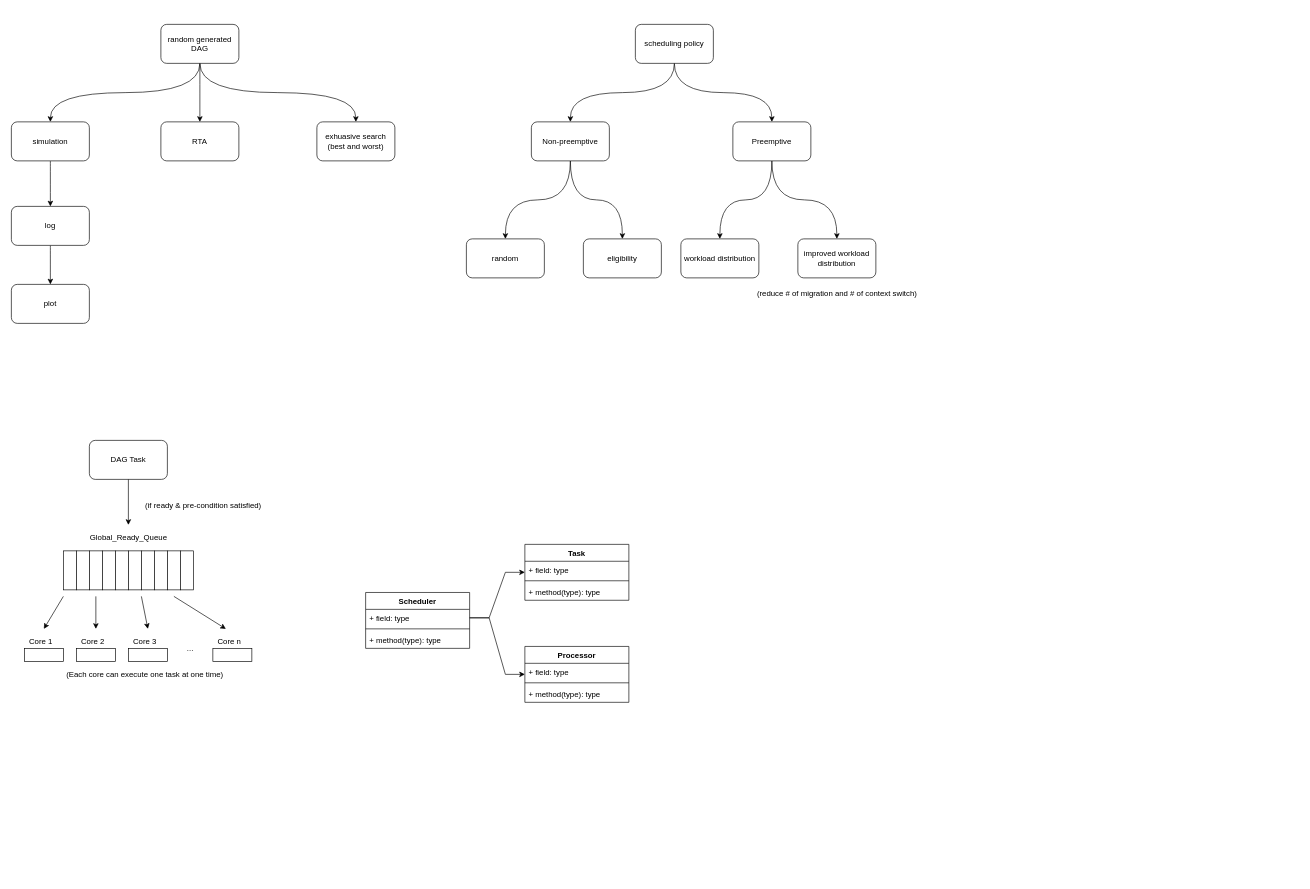
This is doc/flowchart.drawio from automaticdai/research-dag-scheduling-analysis, a draw.io file, before an edit. Source tidied: cells renumbered, new cells numbered last; positions are measured from the earlier drawing's top-left corner, leaving out a move shared by most shapes. Both pictures are drawn from the tidied source at 65%, with x=0, y=0 at pixel (11, 24).
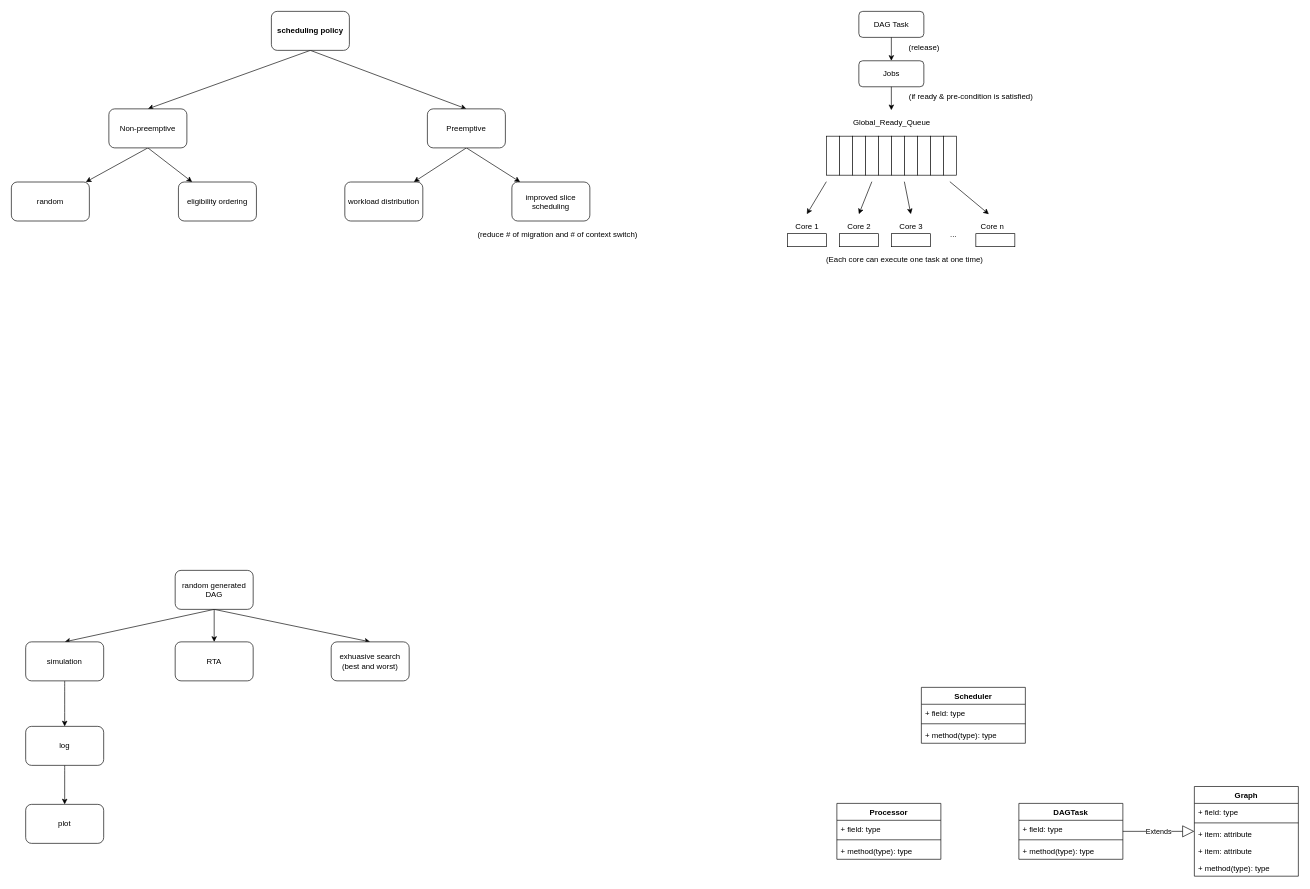
The same page after the edit.

Commit message (it also covers changes not shown here):
eligibility ordering

The edit, as a diff of the source:
```diff
@@
     <mxCell id="2" value="RTA" style="rounded=1;whiteSpace=wrap;html=1;" parent="1" vertex="1">
-      <mxGeometry x="230" y="150" width="120" height="60" as="geometry" />
+      <mxGeometry x="252" y="950" width="120" height="60" as="geometry" />
     </mxCell>
-    <mxCell id="3" style="edgeStyle=orthogonalEdgeStyle;rounded=0;jettySize=auto;html=1;exitX=0.5;exitY=1;exitDx=0;exitDy=0;entryX=0.5;entryY=0;entryDx=0;entryDy=0;curved=1;" parent="1" edge="1" source="6" target="8">
+    <mxCell id="3" style="rounded=0;jettySize=auto;html=1;exitX=0.5;exitY=1;exitDx=0;exitDy=0;entryX=0.5;entryY=0;entryDx=0;entryDy=0;" parent="1" edge="1" source="6" target="8">
       <mxGeometry relative="1" as="geometry" />
     </mxCell>
-    <mxCell id="4" style="edgeStyle=orthogonalEdgeStyle;rounded=0;jettySize=auto;html=1;exitX=0.5;exitY=1;exitDx=0;exitDy=0;entryX=0.5;entryY=0;entryDx=0;entryDy=0;curved=1;" parent="1" edge="1" source="6" target="2">
+    <mxCell id="4" style="rounded=0;jettySize=auto;html=1;exitX=0.5;exitY=1;exitDx=0;exitDy=0;entryX=0.5;entryY=0;entryDx=0;entryDy=0;" parent="1" edge="1" source="6" target="2">
       <mxGeometry relative="1" as="geometry" />
     </mxCell>
-    <mxCell id="5" style="edgeStyle=orthogonalEdgeStyle;rounded=0;jettySize=auto;html=1;exitX=0.5;exitY=1;exitDx=0;exitDy=0;entryX=0.5;entryY=0;entryDx=0;entryDy=0;curved=1;" parent="1" edge="1" source="6" target="9">
+    <mxCell id="5" style="rounded=0;jettySize=auto;html=1;exitX=0.5;exitY=1;exitDx=0;exitDy=0;entryX=0.5;entryY=0;entryDx=0;entryDy=0;" parent="1" edge="1" source="6" target="9">
       <mxGeometry relative="1" as="geometry" />
     </mxCell>
     <mxCell id="6" value="random generated DAG" style="rounded=1;whiteSpace=wrap;html=1;" parent="1" vertex="1">
-      <mxGeometry x="230" width="120" height="60" as="geometry" />
+      <mxGeometry x="252" y="840" width="120" height="60" as="geometry" />
     </mxCell>
@@
     <mxCell id="8" value="simulation" style="rounded=1;whiteSpace=wrap;html=1;" parent="1" vertex="1">
-      <mxGeometry y="150" width="120" height="60" as="geometry" />
+      <mxGeometry x="22" y="950" width="120" height="60" as="geometry" />
     </mxCell>
     <mxCell id="9" value="exhuasive search (best and worst)" style="rounded=1;whiteSpace=wrap;html=1;" parent="1" vertex="1">
-      <mxGeometry x="470" y="150" width="120" height="60" as="geometry" />
+      <mxGeometry x="492" y="950" width="120" height="60" as="geometry" />
     </mxCell>
@@
     <mxCell id="11" value="log" style="rounded=1;whiteSpace=wrap;html=1;" parent="1" vertex="1">
-      <mxGeometry y="280" width="120" height="60" as="geometry" />
+      <mxGeometry x="22" y="1080" width="120" height="60" as="geometry" />
     </mxCell>
     <mxCell id="12" value="plot" style="rounded=1;whiteSpace=wrap;html=1;" parent="1" vertex="1">
-      <mxGeometry y="400" width="120" height="60" as="geometry" />
+      <mxGeometry x="22" y="1200" width="120" height="60" as="geometry" />
     </mxCell>
-    <mxCell id="13" style="edgeStyle=orthogonalEdgeStyle;rounded=0;jettySize=auto;html=1;exitX=0.5;exitY=1;exitDx=0;exitDy=0;curved=1;entryX=0.5;entryY=0;entryDx=0;entryDy=0;" parent="1" edge="1" source="15" target="23">
+    <mxCell id="13" style="rounded=0;jettySize=auto;html=1;exitX=0.5;exitY=1;exitDx=0;exitDy=0;entryX=0.5;entryY=0;entryDx=0;entryDy=0;" parent="1" edge="1" source="15" target="23">
       <mxGeometry relative="1" as="geometry" />
     </mxCell>
-    <mxCell id="14" style="edgeStyle=orthogonalEdgeStyle;rounded=0;jettySize=auto;html=1;exitX=0.5;exitY=1;exitDx=0;exitDy=0;entryX=0.5;entryY=0;entryDx=0;entryDy=0;curved=1;" parent="1" edge="1" source="15" target="18">
+    <mxCell id="14" style="rounded=0;jettySize=auto;html=1;exitX=0.5;exitY=1;exitDx=0;exitDy=0;entryX=0.5;entryY=0;entryDx=0;entryDy=0;" parent="1" edge="1" source="15" target="18">
       <mxGeometry relative="1" as="geometry" />
     </mxCell>
-    <mxCell id="15" value="scheduling policy" style="rounded=1;whiteSpace=wrap;html=1;" parent="1" vertex="1">
-      <mxGeometry x="960" width="120" height="60" as="geometry" />
+    <mxCell id="15" value="scheduling policy" style="rounded=1;whiteSpace=wrap;html=1;fontStyle=1;" parent="1" vertex="1">
+      <mxGeometry x="400" y="-20" width="120" height="60" as="geometry" />
     </mxCell>
-    <mxCell id="16" style="edgeStyle=orthogonalEdgeStyle;curved=1;rounded=0;jettySize=auto;html=1;exitX=0.5;exitY=1;exitDx=0;exitDy=0;" parent="1" edge="1" source="18" target="25">
+    <mxCell id="16" style="rounded=0;jettySize=auto;html=1;exitX=0.5;exitY=1;exitDx=0;exitDy=0;" parent="1" edge="1" source="18" target="25">
       <mxGeometry relative="1" as="geometry" />
     </mxCell>
-    <mxCell id="17" style="edgeStyle=orthogonalEdgeStyle;curved=1;rounded=0;jettySize=auto;html=1;exitX=0.5;exitY=1;exitDx=0;exitDy=0;entryX=0.5;entryY=0;entryDx=0;entryDy=0;" parent="1" edge="1" source="18" target="24">
+    <mxCell id="17" style="rounded=0;jettySize=auto;html=1;exitX=0.5;exitY=1;exitDx=0;exitDy=0;" parent="1" edge="1" source="18" target="24">
       <mxGeometry relative="1" as="geometry" />
     </mxCell>
     <mxCell id="18" value="Preemptive" style="rounded=1;whiteSpace=wrap;html=1;" parent="1" vertex="1">
-      <mxGeometry x="1110" y="150" width="120" height="60" as="geometry" />
+      <mxGeometry x="640" y="130" width="120" height="60" as="geometry" />
     </mxCell>
-    <mxCell id="19" value="eligibility" style="rounded=1;whiteSpace=wrap;html=1;" parent="1" vertex="1">
-      <mxGeometry x="880" y="330" width="120" height="60" as="geometry" />
+    <mxCell id="19" value="eligibility ordering" style="rounded=1;whiteSpace=wrap;html=1;" parent="1" vertex="1">
+      <mxGeometry x="257" y="242.5" width="120" height="60" as="geometry" />
     </mxCell>
     <mxCell id="20" value="random" style="rounded=1;whiteSpace=wrap;html=1;" parent="1" vertex="1">
-      <mxGeometry x="700" y="330" width="120" height="60" as="geometry" />
+      <mxGeometry y="242.5" width="120" height="60" as="geometry" />
     </mxCell>
-    <mxCell id="21" style="edgeStyle=orthogonalEdgeStyle;curved=1;rounded=0;jettySize=auto;html=1;exitX=0.5;exitY=1;exitDx=0;exitDy=0;" parent="1" edge="1" source="23" target="20">
+    <mxCell id="21" style="rounded=0;jettySize=auto;html=1;exitX=0.5;exitY=1;exitDx=0;exitDy=0;" parent="1" edge="1" source="23" target="20">
       <mxGeometry relative="1" as="geometry" />
     </mxCell>
-    <mxCell id="22" style="edgeStyle=orthogonalEdgeStyle;curved=1;rounded=0;jettySize=auto;html=1;exitX=0.5;exitY=1;exitDx=0;exitDy=0;" parent="1" edge="1" source="23" target="19">
+    <mxCell id="22" style="rounded=0;jettySize=auto;html=1;exitX=0.5;exitY=1;exitDx=0;exitDy=0;" parent="1" edge="1" source="23" target="19">
       <mxGeometry relative="1" as="geometry" />
     </mxCell>
     <mxCell id="23" value="Non-preemptive" style="rounded=1;whiteSpace=wrap;html=1;" parent="1" vertex="1">
-      <mxGeometry x="800" y="150" width="120" height="60" as="geometry" />
+      <mxGeometry x="150" y="130" width="120" height="60" as="geometry" />
     </mxCell>
-    <mxCell id="24" value="improved workload distribution" style="rounded=1;whiteSpace=wrap;html=1;" parent="1" vertex="1">
-      <mxGeometry x="1210" y="330" width="120" height="60" as="geometry" />
+    <mxCell id="24" value="improved slice scheduling" style="rounded=1;whiteSpace=wrap;html=1;" parent="1" vertex="1">
+      <mxGeometry x="770" y="242.5" width="120" height="60" as="geometry" />
     </mxCell>
     <mxCell id="25" value="workload distribution" style="rounded=1;whiteSpace=wrap;html=1;" parent="1" vertex="1">
-      <mxGeometry x="1030" y="330" width="120" height="60" as="geometry" />
+      <mxGeometry x="513" y="242.5" width="120" height="60" as="geometry" />
     </mxCell>
     <mxCell id="26" value="Global_Ready_Queue" style="text;html=1;align=center;verticalAlign=middle;" parent="1" vertex="1">
-      <mxGeometry x="115" y="780" width="130" height="20" as="geometry" />
+      <mxGeometry x="1288.8" y="142" width="130" height="20" as="geometry" />
     </mxCell>
     <mxCell id="27" style="group;" parent="1" vertex="1">
-      <mxGeometry x="80" y="810" width="200" height="60" as="geometry" />
+      <mxGeometry x="1253.8" y="172" width="200" height="60" as="geometry" />
     </mxCell>
@@
     <mxCell id="38" style="rounded=0;whiteSpace=wrap;html=1;rotation=-90;" parent="1" vertex="1">
-      <mxGeometry x="40" y="940" width="20" height="60" as="geometry" />
+      <mxGeometry x="1213.8" y="302" width="20" height="60" as="geometry" />
     </mxCell>
     <mxCell id="39" style="rounded=0;whiteSpace=wrap;html=1;rotation=-90;" parent="1" vertex="1">
-      <mxGeometry x="120" y="940" width="20" height="60" as="geometry" />
+      <mxGeometry x="1293.8" y="302" width="20" height="60" as="geometry" />
     </mxCell>
     <mxCell id="40" style="rounded=0;whiteSpace=wrap;html=1;rotation=-90;" parent="1" vertex="1">
-      <mxGeometry x="200" y="940" width="20" height="60" as="geometry" />
+      <mxGeometry x="1373.8" y="302" width="20" height="60" as="geometry" />
     </mxCell>
     <mxCell id="41" style="rounded=0;whiteSpace=wrap;html=1;rotation=-90;" parent="1" vertex="1">
-      <mxGeometry x="330" y="940" width="20" height="60" as="geometry" />
+      <mxGeometry x="1503.8" y="302" width="20" height="60" as="geometry" />
     </mxCell>
     <mxCell id="42" value="..." style="text;html=1;align=center;verticalAlign=middle;" parent="1" vertex="1">
-      <mxGeometry x="260" y="950" width="30" height="20" as="geometry" />
+      <mxGeometry x="1433.8" y="312.5" width="30" height="20" as="geometry" />
     </mxCell>
     <mxCell id="43" value="Core 1" style="text;html=1;align=center;verticalAlign=middle;" parent="1" vertex="1">
-      <mxGeometry x="20" y="940" width="50" height="20" as="geometry" />
+      <mxGeometry x="1198.8" y="302" width="50" height="20" as="geometry" />
     </mxCell>
     <mxCell id="44" value="Core 2" style="text;html=1;align=center;verticalAlign=middle;" parent="1" vertex="1">
-      <mxGeometry x="100" y="940" width="50" height="20" as="geometry" />
+      <mxGeometry x="1278.8" y="302" width="50" height="20" as="geometry" />
     </mxCell>
     <mxCell id="45" value="Core 3" style="text;html=1;align=center;verticalAlign=middle;" parent="1" vertex="1">
-      <mxGeometry x="180" y="940" width="50" height="20" as="geometry" />
+      <mxGeometry x="1358.8" y="302" width="50" height="20" as="geometry" />
     </mxCell>
     <mxCell id="46" value="Core n" style="text;html=1;align=center;verticalAlign=middle;" parent="1" vertex="1">
-      <mxGeometry x="310" y="940" width="50" height="20" as="geometry" />
+      <mxGeometry x="1483.8" y="302" width="50" height="20" as="geometry" />
     </mxCell>
     <mxCell id="47" style="endArrow=classic;html=1;" parent="1" edge="1">
       <mxGeometry relative="1" as="geometry">
-        <mxPoint x="250" y="880" as="sourcePoint" />
-        <mxPoint x="330" y="930" as="targetPoint" />
+        <mxPoint x="1443.8" y="242" as="sourcePoint" />
+        <mxPoint x="1503.8" y="292" as="targetPoint" />
       </mxGeometry>
     </mxCell>
     <mxCell id="48" style="endArrow=classic;html=1;" parent="1" edge="1">
       <mxGeometry relative="1" as="geometry">
-        <mxPoint x="200" y="880" as="sourcePoint" />
-        <mxPoint x="210" y="930" as="targetPoint" />
+        <mxPoint x="1373.8" y="242" as="sourcePoint" />
+        <mxPoint x="1383.8" y="292" as="targetPoint" />
       </mxGeometry>
     </mxCell>
     <mxCell id="49" style="endArrow=classic;html=1;" parent="1" edge="1">
       <mxGeometry relative="1" as="geometry">
-        <mxPoint x="130" y="880" as="sourcePoint" />
-        <mxPoint x="130" y="930" as="targetPoint" />
+        <mxPoint x="1323.8" y="242" as="sourcePoint" />
+        <mxPoint x="1303.8" y="292" as="targetPoint" />
       </mxGeometry>
     </mxCell>
     <mxCell id="50" style="endArrow=classic;html=1;" parent="1" edge="1">
       <mxGeometry relative="1" as="geometry">
-        <mxPoint x="80" y="880" as="sourcePoint" />
-        <mxPoint x="50" y="930" as="targetPoint" />
+        <mxPoint x="1253.8" y="242" as="sourcePoint" />
+        <mxPoint x="1223.8" y="292" as="targetPoint" />
       </mxGeometry>
     </mxCell>
     <mxCell id="51" value="(Each core can execute one task at one time)" style="text;html=1;align=center;verticalAlign=middle;" parent="1" vertex="1">
-      <mxGeometry x="75" y="990" width="260" height="20" as="geometry" />
+      <mxGeometry x="1243.8" y="352" width="260" height="20" as="geometry" />
     </mxCell>
     <mxCell id="52" value="(reduce # of migration and # of context switch)" style="text;html=1;align=center;verticalAlign=middle;" parent="1" vertex="1">
-      <mxGeometry x="1140" y="405" width="260" height="20" as="geometry" />
+      <mxGeometry x="710" y="314" width="260" height="20" as="geometry" />
     </mxCell>
-    <mxCell id="53" value="DAG Task" style="rounded=1;whiteSpace=wrap;html=1;" parent="1" vertex="1">
-      <mxGeometry x="120" y="640" width="120" height="60" as="geometry" />
+    <mxCell id="53" value="Jobs" style="rounded=1;whiteSpace=wrap;html=1;" parent="1" vertex="1">
+      <mxGeometry x="1303.8" y="56" width="100" height="40" as="geometry" />
     </mxCell>
     <mxCell id="54" style="endArrow=classic;html=1;exitX=0.5;exitY=1;exitDx=0;exitDy=0;" parent="1" edge="1" source="53">
       <mxGeometry relative="1" as="geometry">
-        <mxPoint x="180" y="770" as="targetPoint" />
+        <mxPoint x="1353.8" y="132" as="targetPoint" />
       </mxGeometry>
     </mxCell>
-    <mxCell id="55" value="(if ready &amp;amp; pre-condition satisfied)" style="text;html=1;align=center;verticalAlign=middle;" parent="1" vertex="1">
-      <mxGeometry x="200" y="730" width="190" height="20" as="geometry" />
+    <mxCell id="55" value="(if ready &amp;amp; pre-condition is satisfied)" style="text;html=1;align=center;verticalAlign=middle;" parent="1" vertex="1">
+      <mxGeometry x="1371.2" y="102" width="210" height="20" as="geometry" />
     </mxCell>
-    <mxCell id="56" value="Scheduler" style="swimlane;fontStyle=1;align=center;verticalAlign=top;horizontal=1;startSize=26;" parent="1" vertex="1">
-      <mxGeometry x="545" y="874" width="160" height="86" as="geometry" />
-    </mxCell>
-    <mxCell id="57" value="+ field: type" style="text;strokeColor=none;fillColor=none;align=left;verticalAlign=top;spacingLeft=4;spacingRight=4;overflow=hidden;points=[[0,0.5],[1,0.5]];portConstraint=eastwest;" parent="56" vertex="1">
-      <mxGeometry y="26" width="160" height="26" as="geometry" />
-    </mxCell>
-    <mxCell id="58" style="line;strokeWidth=1;fillColor=none;align=left;verticalAlign=middle;spacingTop=-1;spacingLeft=3;spacingRight=3;labelPosition=right;" parent="56" vertex="1">
-      <mxGeometry y="52" width="160" height="8" as="geometry" />
-    </mxCell>
-    <mxCell id="59" value="+ method(type): type" style="text;strokeColor=none;fillColor=none;align=left;verticalAlign=top;spacingLeft=4;spacingRight=4;overflow=hidden;" parent="56" vertex="1">
-      <mxGeometry y="60" width="160" height="26" as="geometry" />
-    </mxCell>
-    <mxCell id="60" style="edgeStyle=entityRelationEdgeStyle;rounded=0;jettySize=auto;html=1;exitX=1;exitY=0.5;exitDx=0;exitDy=0;" parent="1" edge="1" source="57" target="66">
-      <mxGeometry relative="1" as="geometry" />
-    </mxCell>
-    <mxCell id="61" style="edgeStyle=entityRelationEdgeStyle;rounded=0;jettySize=auto;html=1;exitX=1;exitY=0.5;exitDx=0;exitDy=0;" parent="1" edge="1" source="57" target="62">
-      <mxGeometry relative="1" as="geometry" />
-    </mxCell>
+    <mxCell id="70" value="Extends" style="endArrow=block;endSize=16;endFill=0;html=1;" parent="1" edge="1" source="62" target="74">
+      <mxGeometry relative="1" as="geometry" />
+    </mxCell>
+    <mxCell id="71" value="DAG Task" style="rounded=1;whiteSpace=wrap;html=1;" parent="1" vertex="1">
+      <mxGeometry x="1303.8" y="-20" width="100" height="40" as="geometry" />
+    </mxCell>
+    <mxCell id="72" style="endArrow=classic;html=1;" parent="1" edge="1" source="71" target="53">
+      <mxGeometry relative="1" as="geometry" />
+    </mxCell>
+    <mxCell id="73" value="(release)" style="text;html=1;align=center;verticalAlign=middle;" parent="1" vertex="1">
+      <mxGeometry x="1373.8" y="26" width="60" height="20" as="geometry" />
+    </mxCell>
-    <mxCell id="62" value="Task" style="swimlane;fontStyle=1;align=center;verticalAlign=top;horizontal=1;startSize=26;" parent="1" vertex="1">
-      <mxGeometry x="790" y="800" width="160" height="86" as="geometry" />
+    <mxCell id="62" value="DAGTask" style="swimlane;fontStyle=1;align=center;verticalAlign=top;horizontal=1;startSize=26;" parent="1" vertex="1">
+      <mxGeometry x="1550" y="1198.5" width="160" height="86" as="geometry" />
     </mxCell>
@@
     <mxCell id="66" value="Processor" style="swimlane;fontStyle=1;align=center;verticalAlign=top;horizontal=1;startSize=26;" parent="1" vertex="1">
-      <mxGeometry x="790" y="957" width="160" height="86" as="geometry" />
+      <mxGeometry x="1270" y="1198.5" width="160" height="86" as="geometry" />
     </mxCell>
@@
+    <mxCell id="74" value="Graph" style="swimlane;fontStyle=1;align=center;verticalAlign=top;horizontal=1;startSize=26;" parent="1" vertex="1">
+      <mxGeometry x="1820" y="1172.5" width="160" height="138" as="geometry" />
+    </mxCell>
+    <mxCell id="75" value="+ field: type" style="text;strokeColor=none;fillColor=none;align=left;verticalAlign=top;spacingLeft=4;spacingRight=4;overflow=hidden;" parent="74" vertex="1">
+      <mxGeometry y="26" width="160" height="26" as="geometry" />
+    </mxCell>
+    <mxCell id="76" style="line;strokeWidth=1;fillColor=none;align=left;verticalAlign=middle;spacingTop=-1;spacingLeft=3;spacingRight=3;labelPosition=right;" parent="74" vertex="1">
+      <mxGeometry y="52" width="160" height="8" as="geometry" />
+    </mxCell>
+    <mxCell id="77" value="+ item: attribute" style="text;strokeColor=none;fillColor=none;align=left;verticalAlign=top;spacingLeft=4;spacingRight=4;overflow=hidden;" parent="74" vertex="1">
+      <mxGeometry y="60" width="160" height="26" as="geometry" />
+    </mxCell>
+    <mxCell id="78" value="+ item: attribute" style="text;strokeColor=none;fillColor=none;align=left;verticalAlign=top;spacingLeft=4;spacingRight=4;overflow=hidden;" parent="74" vertex="1">
+      <mxGeometry y="86" width="160" height="26" as="geometry" />
+    </mxCell>
+    <mxCell id="79" value="+ method(type): type" style="text;strokeColor=none;fillColor=none;align=left;verticalAlign=top;spacingLeft=4;spacingRight=4;overflow=hidden;" parent="74" vertex="1">
+      <mxGeometry y="112" width="160" height="26" as="geometry" />
+    </mxCell>
+    <mxCell id="56" value="Scheduler" style="swimlane;fontStyle=1;align=center;verticalAlign=top;horizontal=1;startSize=26;" parent="1" vertex="1">
+      <mxGeometry x="1400" y="1020" width="160" height="86" as="geometry" />
+    </mxCell>
+    <mxCell id="57" value="+ field: type" style="text;strokeColor=none;fillColor=none;align=left;verticalAlign=top;spacingLeft=4;spacingRight=4;overflow=hidden;points=[[0,0.5],[1,0.5]];portConstraint=eastwest;" parent="56" vertex="1">
+      <mxGeometry y="26" width="160" height="26" as="geometry" />
+    </mxCell>
+    <mxCell id="58" style="line;strokeWidth=1;fillColor=none;align=left;verticalAlign=middle;spacingTop=-1;spacingLeft=3;spacingRight=3;labelPosition=right;" parent="56" vertex="1">
+      <mxGeometry y="52" width="160" height="8" as="geometry" />
+    </mxCell>
+    <mxCell id="59" value="+ method(type): type" style="text;strokeColor=none;fillColor=none;align=left;verticalAlign=top;spacingLeft=4;spacingRight=4;overflow=hidden;" parent="56" vertex="1">
+      <mxGeometry y="60" width="160" height="26" as="geometry" />
+    </mxCell>
```
